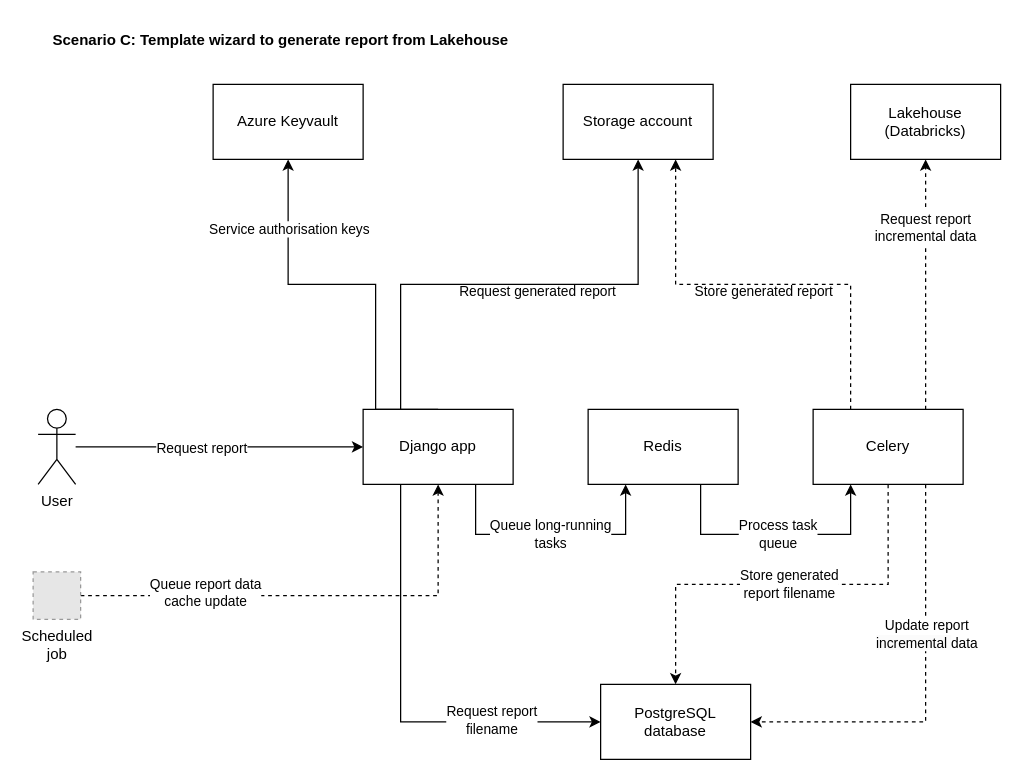
The draw.io diagram page "Data flow diagram C" (5 of 10) of diagrams/diagrams.drawio in justicecanada/otto, before the edit. Source tidied: cells renumbered, new cells numbered last; positions are measured from the earlier drawing's top-left corner, leaving out a move shared by most shapes. Both pictures are drawn from the tidied source at 125%, with x=0, y=0 at pixel (32, 21). Pictures stored in the file or linked from it are replaced by grey dashed boxes.
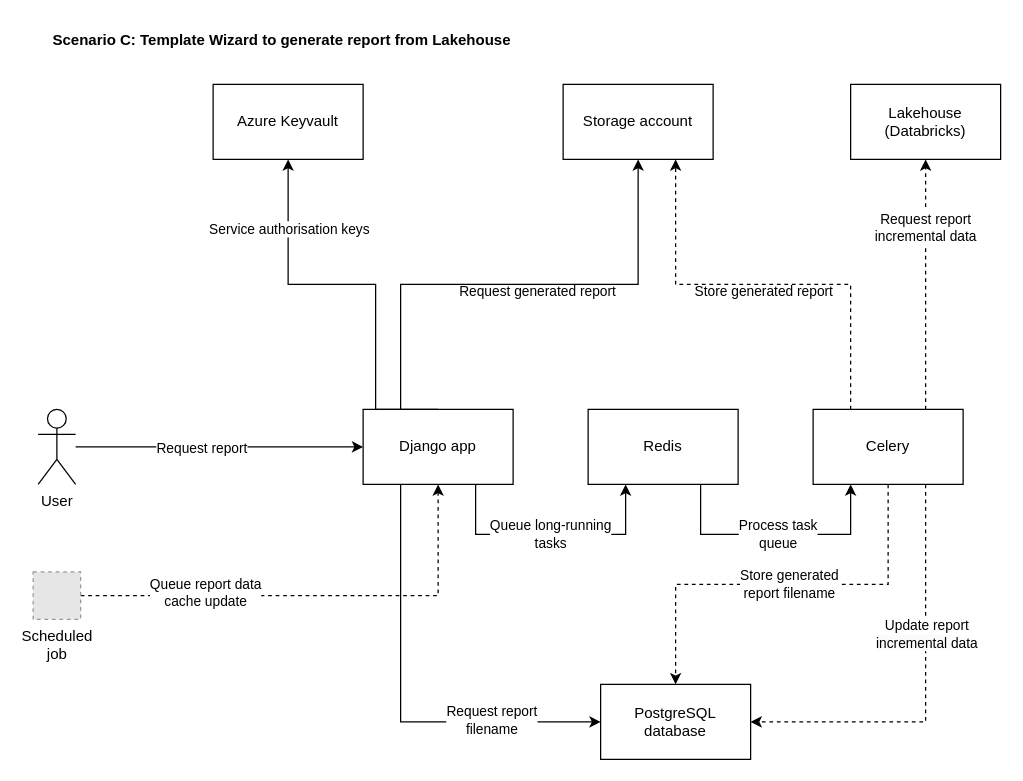
The same page after the edit.

The edit, as a diff of the source:
```diff
@@
-    <mxCell id="20" value="Scenario C: Template wizard to generate report from Lakehouse" style="text;html=1;align=left;verticalAlign=middle;whiteSpace=wrap;rounded=0;fontStyle=1;" parent="1" vertex="1">
+    <mxCell id="20" value="Scenario C: Template Wizard to generate report from Lakehouse" style="text;html=1;align=left;verticalAlign=middle;whiteSpace=wrap;rounded=0;fontStyle=1;" parent="1" vertex="1">
       <mxGeometry x="14" width="420" height="30" as="geometry" />
     </mxCell>
```
